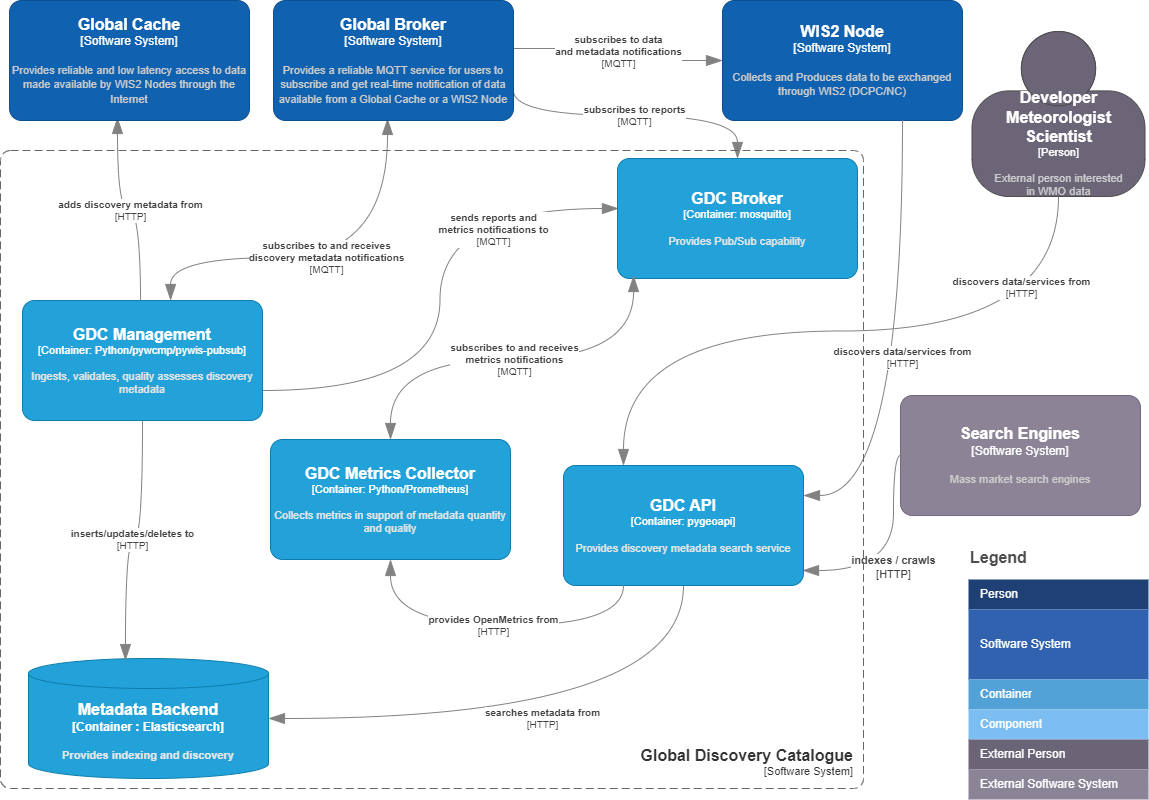
Above: docs/architecture/c4.container.png in wmo-im/wis2-gdc (draw.io), before the change. Source tidied: cells renumbered, new cells last; positions are measured from the earlier drawing's top-left corner, leaving out a move shared by most shapes.
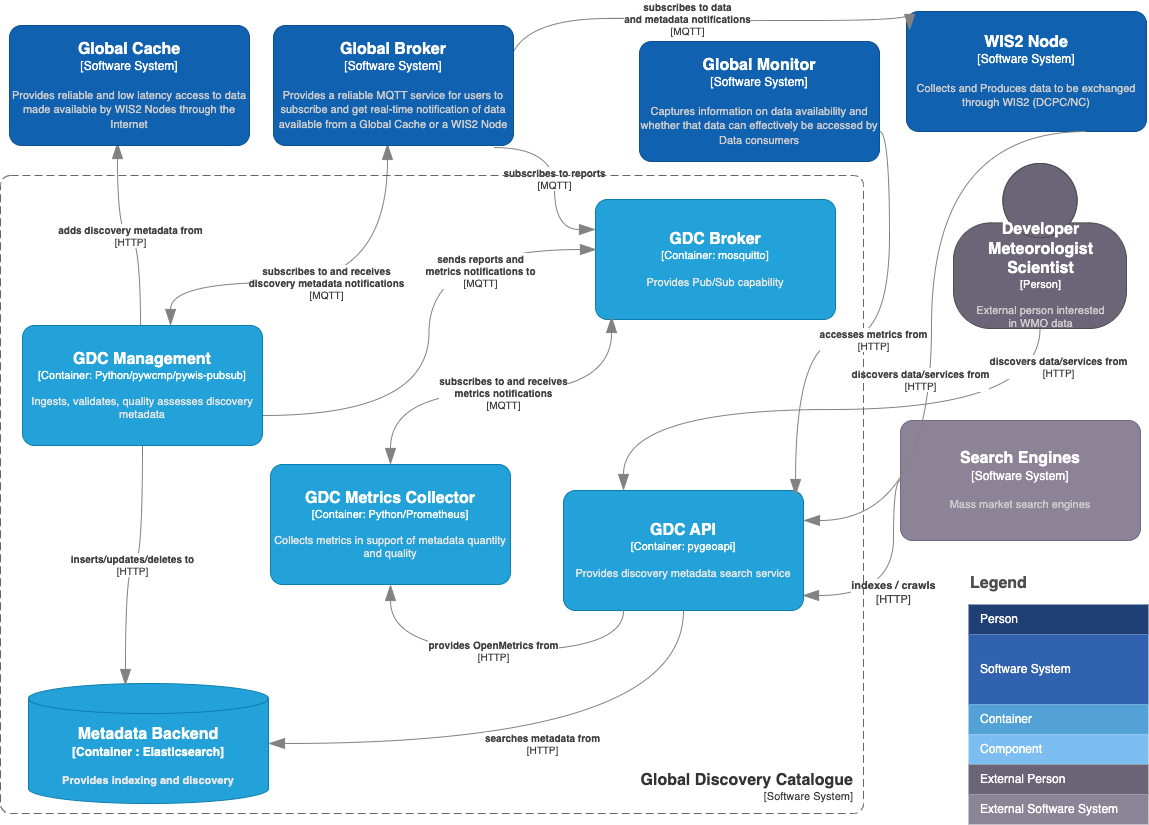
The same diagram one commit later.

Commit message:
update architecture diagram

What changed in the source:
```diff
@@ -28,7 +28,7 @@
     </mxCell>
     <object id="10" label="&lt;div style=&quot;text-align: left&quot;&gt;&lt;div style=&quot;text-align: center&quot;&gt;&lt;b&gt;%c4Description%&lt;/b&gt;&lt;/div&gt;&lt;div style=&quot;text-align: center&quot;&gt;[%c4Technology%]&lt;/div&gt;&lt;/div&gt;" c4Description="discovers data/services from" c4Technology="HTTP" c4Type="Relationship" placeholders="1">
       <mxCell style="endArrow=blockThin;html=1;fontSize=10;fontColor=#404040;strokeWidth=1;endFill=1;strokeColor=#828282;elbow=vertical;endSize=14;startSize=14;jumpStyle=arc;jumpSize=16;rounded=0;edgeStyle=orthogonalEdgeStyle;curved=1;exitX=0.5;exitY=1;exitDx=0;exitDy=0;exitPerimeter=0;entryX=0.25;entryY=0;entryDx=0;entryDy=0;entryPerimeter=0;" parent="1" edge="1" source="26" target="23">
-        <mxGeometry x="-0.74" y="-37" relative="1" as="geometry" />
+        <mxGeometry x="-0.87" y="18" relative="1" as="geometry" />
       </mxCell>
     </object>
     <object id="11" label="&lt;div style=&quot;text-align: left; font-size: 10px;&quot;&gt;&lt;div style=&quot;text-align: center; font-size: 10px;&quot;&gt;&lt;b style=&quot;font-size: 10px;&quot;&gt;%c4Description%&lt;/b&gt;&lt;/div&gt;&lt;div style=&quot;text-align: center; font-size: 10px;&quot;&gt;[%c4Technology%]&lt;/div&gt;&lt;/div&gt;" c4Description="adds discovery metadata from" c4Technology="HTTP" c4Type="Relationship" placeholders="1">
@@ -78,17 +78,29 @@
     </object>
     <object id="18" label="&lt;font style=&quot;font-size: 16px&quot;&gt;&lt;b&gt;%c4Name%&lt;/b&gt;&lt;/font&gt;&lt;div&gt;[%c4Type%]&lt;/div&gt;&lt;br&gt;&lt;div&gt;&lt;font style=&quot;font-size: 11px&quot;&gt;&lt;font color=&quot;#cccccc&quot;&gt;%c4Description%&lt;/font&gt;&lt;/div&gt;" c4Description="Collects and Produces data to be exchanged through WIS2 (DCPC/NC)" c4Name="WIS2 Node" c4Type="Software System" placeholders="1">
       <mxCell style="rounded=1;whiteSpace=wrap;html=1;labelBackgroundColor=none;fillColor=#1061B0;fontColor=#ffffff;align=center;arcSize=10;strokeColor=#0D5091;points=[[0.25,0,0],[0.5,0,0],[0.75,0,0],[1,0.25,0],[1,0.5,0],[1,0.75,0],[0.75,1,0],[0.5,1,0],[0.25,1,0],[0,0.75,0],[0,0.5,0],[0,0.25,0]];" parent="1" vertex="1">
-        <mxGeometry x="722" width="240" height="120" as="geometry" />
+        <mxGeometry x="906" y="-14" width="240" height="120" as="geometry" />
       </mxCell>
     </object>
     <object id="19" label="&lt;div style=&quot;text-align: left&quot;&gt;&lt;div style=&quot;text-align: center&quot;&gt;&lt;b&gt;%c4Description%&lt;/b&gt;&lt;/div&gt;&lt;div style=&quot;text-align: center&quot;&gt;[%c4Technology%]&lt;/div&gt;&lt;/div&gt;" c4Description="discovers data/services from" c4Technology="HTTP" c4Type="Relationship" placeholders="1">
       <mxCell style="endArrow=blockThin;html=1;fontSize=10;fontColor=#404040;strokeWidth=1;endFill=1;strokeColor=#828282;elbow=vertical;endSize=14;startSize=14;jumpStyle=arc;jumpSize=16;rounded=0;edgeStyle=orthogonalEdgeStyle;exitX=0.75;exitY=1;exitDx=0;exitDy=0;exitPerimeter=0;entryX=1;entryY=0.25;entryDx=0;entryDy=0;entryPerimeter=0;curved=1;" parent="1" edge="1" source="18" target="23">
-        <mxGeometry relative="1" as="geometry" />
+        <mxGeometry x="0.2" y="-11" relative="1" as="geometry">
+          <Array as="points">
+            <mxPoint x="931" y="106" />
+            <mxPoint x="931" y="495" />
+          </Array>
+        </mxGeometry>
       </mxCell>
     </object>
     <object id="20" label="&lt;div style=&quot;text-align: left&quot;&gt;&lt;div style=&quot;text-align: center&quot;&gt;&lt;b&gt;%c4Description%&lt;/b&gt;&lt;/div&gt;&lt;div style=&quot;text-align: center&quot;&gt;[%c4Technology%]&lt;/div&gt;&lt;/div&gt;" c4Description="subscribes to data&#10;and metadata notifications" c4Technology="MQTT" c4Type="Relationship" placeholders="1">
-      <mxCell style="endArrow=blockThin;html=1;fontSize=10;fontColor=#404040;strokeWidth=1;endFill=1;strokeColor=#828282;elbow=vertical;endSize=14;startSize=14;jumpStyle=arc;jumpSize=16;rounded=0;edgeStyle=orthogonalEdgeStyle;exitX=0.979;exitY=0.4;exitDx=0;exitDy=0;exitPerimeter=0;entryX=0;entryY=0.5;entryDx=0;entryDy=0;entryPerimeter=0;" parent="1" edge="1" source="24" target="18">
-        <mxGeometry relative="1" as="geometry" />
+      <mxCell style="endArrow=blockThin;html=1;fontSize=10;fontColor=#404040;strokeWidth=1;endFill=1;strokeColor=#828282;elbow=vertical;endSize=14;startSize=14;jumpStyle=arc;jumpSize=16;rounded=0;edgeStyle=orthogonalEdgeStyle;exitX=0.979;exitY=0.4;exitDx=0;exitDy=0;exitPerimeter=0;entryX=0.013;entryY=0.158;entryDx=0;entryDy=0;entryPerimeter=0;curved=1;" parent="1" edge="1" source="24" target="18">
+        <mxGeometry relative="1" as="geometry">
+          <Array as="points">
+            <mxPoint x="508" y="-7" />
+            <mxPoint x="710" y="-7" />
+            <mxPoint x="710" y="-5" />
+            <mxPoint x="909" y="-5" />
+          </Array>
+        </mxGeometry>
       </mxCell>
     </object>
     <object id="21" label="&lt;div style=&quot;text-align: left&quot;&gt;&lt;div style=&quot;text-align: center&quot;&gt;&lt;b&gt;%c4Description%&lt;/b&gt;&lt;/div&gt;&lt;div style=&quot;text-align: center&quot;&gt;[%c4Technology%]&lt;/div&gt;&lt;/div&gt;" c4Description="sends reports and&#10;metrics notifications to" c4Technology="MQTT" c4Type="Relationship" placeholders="1">
@@ -97,13 +109,8 @@
       </mxCell>
     </object>
     <object id="22" label="&lt;div style=&quot;text-align: left&quot;&gt;&lt;div style=&quot;text-align: center&quot;&gt;&lt;b&gt;%c4Description%&lt;/b&gt;&lt;/div&gt;&lt;div style=&quot;text-align: center&quot;&gt;[%c4Technology%]&lt;/div&gt;&lt;/div&gt;" c4Description="subscribes to reports" c4Technology="MQTT" c4Type="Relationship" placeholders="1">
-      <mxCell style="endArrow=blockThin;html=1;fontSize=10;fontColor=#404040;strokeWidth=1;endFill=1;strokeColor=#828282;elbow=vertical;endSize=14;startSize=14;jumpStyle=arc;jumpSize=16;rounded=0;edgeStyle=orthogonalEdgeStyle;exitX=1;exitY=0.75;exitDx=0;exitDy=0;exitPerimeter=0;entryX=0.5;entryY=0;entryDx=0;entryDy=0;entryPerimeter=0;curved=1;" parent="1" edge="1" source="24" target="29">
-        <mxGeometry relative="1" as="geometry">
-          <Array as="points">
-            <mxPoint x="513" y="115" />
-            <mxPoint x="737" y="115" />
-          </Array>
-        </mxGeometry>
+      <mxCell style="endArrow=blockThin;html=1;fontSize=10;fontColor=#404040;strokeWidth=1;endFill=1;strokeColor=#828282;elbow=vertical;endSize=14;startSize=14;jumpStyle=arc;jumpSize=16;rounded=0;edgeStyle=orthogonalEdgeStyle;exitX=0.917;exitY=1.017;exitDx=0;exitDy=0;exitPerimeter=0;entryX=0;entryY=0.25;entryDx=0;entryDy=0;entryPerimeter=0;curved=1;" parent="1" edge="1" source="24" target="29">
+        <mxGeometry relative="1" as="geometry" />
       </mxCell>
     </object>
     <object id="23" label="&lt;font style=&quot;font-size: 16px&quot;&gt;&lt;b&gt;%c4Name%&lt;/b&gt;&lt;/font&gt;&lt;div&gt;[%c4Type%: %c4Technology%]&lt;/div&gt;&lt;br&gt;&lt;div&gt;&lt;font style=&quot;font-size: 11px&quot;&gt;&lt;font color=&quot;#E6E6E6&quot;&gt;%c4Description%&lt;/font&gt;&lt;/div&gt;" c4Description="Provides discovery metadata search service" c4Name="GDC API" c4Technology="pygeoapi" c4Type="Container" placeholders="1">
@@ -123,7 +130,7 @@
     </object>
     <object id="26" label="&lt;font style=&quot;font-size: 16px&quot;&gt;&lt;b&gt;%c4Name%&lt;/b&gt;&lt;/font&gt;&lt;div&gt;[%c4Type%]&lt;/div&gt;&lt;br&gt;&lt;div&gt;&lt;font style=&quot;font-size: 11px&quot;&gt;&lt;font color=&quot;#cccccc&quot;&gt;%c4Description%&lt;/font&gt;&lt;/div&gt;" c4Description="External person interested &#10;in WMO data" c4Name="Developer &#10;Meteorologist &#10;Scientist" c4Type="Person" placeholders="1">
       <mxCell style="html=1;fontSize=11;dashed=0;whitespace=wrap;fillColor=#6C6477;strokeColor=#4D4D4D;fontColor=#ffffff;shape=mxgraph.c4.person2;align=center;points=[[0.5,0,0],[1,0.5,0],[1,0.75,0],[0.75,1,0],[0.5,1,0],[0.25,1,0],[0,0.75,0],[0,0.5,0]];" parent="1" vertex="1">
-        <mxGeometry x="971.5" y="31" width="173" height="165" as="geometry" />
+        <mxGeometry x="953" y="138" width="173" height="165" as="geometry" />
       </mxCell>
     </object>
     <object id="27" label="&lt;font style=&quot;font-size: 16px&quot;&gt;&lt;b&gt;%c4Name%&lt;/b&gt;&lt;/font&gt;&lt;div&gt;[%c4Type%]&lt;/div&gt;&lt;br&gt;&lt;div&gt;&lt;font style=&quot;font-size: 11px&quot;&gt;&lt;font color=&quot;#cccccc&quot;&gt;%c4Description%&lt;/font&gt;&lt;/div&gt;" c4Description="Provides reliable and low latency access to data made available by WIS2 Nodes through the Internet " c4Name="Global Cache" c4Type="Software System" placeholders="1">
@@ -138,7 +145,7 @@
     </object>
     <object id="29" label="&lt;font style=&quot;font-size: 16px&quot;&gt;&lt;b&gt;%c4Name%&lt;/b&gt;&lt;/font&gt;&lt;div&gt;[%c4Type%: %c4Technology%]&lt;/div&gt;&lt;br&gt;&lt;div&gt;&lt;font style=&quot;font-size: 11px&quot;&gt;&lt;font color=&quot;#E6E6E6&quot;&gt;%c4Description%&lt;/font&gt;&lt;/div&gt;" c4Description="Provides Pub/Sub capability" c4Name="GDC Broker" c4Technology="mosquitto" c4Type="Container" placeholders="1">
       <mxCell style="rounded=1;whiteSpace=wrap;html=1;fontSize=11;labelBackgroundColor=none;fillColor=#23A2D9;fontColor=#ffffff;align=center;arcSize=10;strokeColor=#0E7DAD;points=[[0.25,0,0],[0.5,0,0],[0.75,0,0],[1,0.25,0],[1,0.5,0],[1,0.75,0],[0.75,1,0],[0.5,1,0],[0.25,1,0],[0,0.75,0],[0,0.5,0],[0,0.25,0]];" parent="1" vertex="1">
-        <mxGeometry x="617" y="158" width="240" height="120" as="geometry" />
+        <mxGeometry x="595" y="174" width="240" height="120" as="geometry" />
       </mxCell>
     </object>
     <object id="30" label="&lt;font style=&quot;font-size: 16px&quot;&gt;&lt;b&gt;%c4Name%&lt;/b&gt;&lt;/font&gt;&lt;div&gt;[%c4Type%: %c4Technology%]&lt;/div&gt;&lt;br&gt;&lt;div&gt;&lt;font style=&quot;font-size: 11px&quot;&gt;&lt;font color=&quot;#E6E6E6&quot;&gt;%c4Description%&lt;/font&gt;&lt;/div&gt;" c4Description="Collects metrics in support of metadata quantity and quality" c4Name="GDC Metrics Collector" c4Technology="Python/Prometheus" c4Type="Container" placeholders="1">
@@ -161,5 +168,21 @@
         <mxGeometry relative="1" as="geometry" />
       </mxCell>
     </object>
+    <object id="33" label="&lt;font style=&quot;font-size: 16px&quot;&gt;&lt;b&gt;%c4Name%&lt;/b&gt;&lt;/font&gt;&lt;div&gt;[%c4Type%]&lt;/div&gt;&lt;br&gt;&lt;div&gt;&lt;font style=&quot;font-size: 11px&quot;&gt;&lt;font color=&quot;#cccccc&quot;&gt;%c4Description%&lt;/font&gt;&lt;/div&gt;" c4Description="Captures information on data availability and whether that data can effectively be accessed by Data consumers&#10;" c4Name="Global Monitor" c4Type="Software System" placeholders="1">
+      <mxCell style="rounded=1;whiteSpace=wrap;html=1;labelBackgroundColor=none;fillColor=#1061B0;fontColor=#ffffff;align=center;arcSize=10;strokeColor=#0D5091;points=[[0.25,0,0],[0.5,0,0],[0.75,0,0],[1,0.25,0],[1,0.5,0],[1,0.75,0],[0.75,1,0],[0.5,1,0],[0.25,1,0],[0,0.75,0],[0,0.5,0],[0,0.25,0]];" parent="1" vertex="1">
+        <mxGeometry x="639" y="16" width="240" height="120" as="geometry" />
+      </mxCell>
+    </object>
+    <object id="34" label="&lt;div style=&quot;text-align: left&quot;&gt;&lt;div style=&quot;text-align: center&quot;&gt;&lt;b&gt;%c4Description%&lt;/b&gt;&lt;/div&gt;&lt;div style=&quot;text-align: center&quot;&gt;[%c4Technology%]&lt;/div&gt;&lt;/div&gt;" c4Description="accesses metrics from" c4Technology="HTTP" c4Type="Relationship" placeholders="1">
+      <mxCell style="endArrow=blockThin;html=1;fontSize=10;fontColor=#404040;strokeWidth=1;endFill=1;strokeColor=#828282;elbow=vertical;endSize=14;startSize=14;jumpStyle=arc;jumpSize=16;rounded=0;edgeStyle=orthogonalEdgeStyle;exitX=1;exitY=0.75;exitDx=0;exitDy=0;exitPerimeter=0;entryX=0.967;entryY=0.042;entryDx=0;entryDy=0;entryPerimeter=0;curved=1;" parent="1" edge="1" source="33" target="23">
+        <mxGeometry relative="1" as="geometry">
+          <Array as="points">
+            <mxPoint x="889" y="106" />
+            <mxPoint x="889" y="314" />
+            <mxPoint x="795" y="314" />
+          </Array>
+        </mxGeometry>
+      </mxCell>
+    </object>
   </root>
 </mxGraphModel>
```
